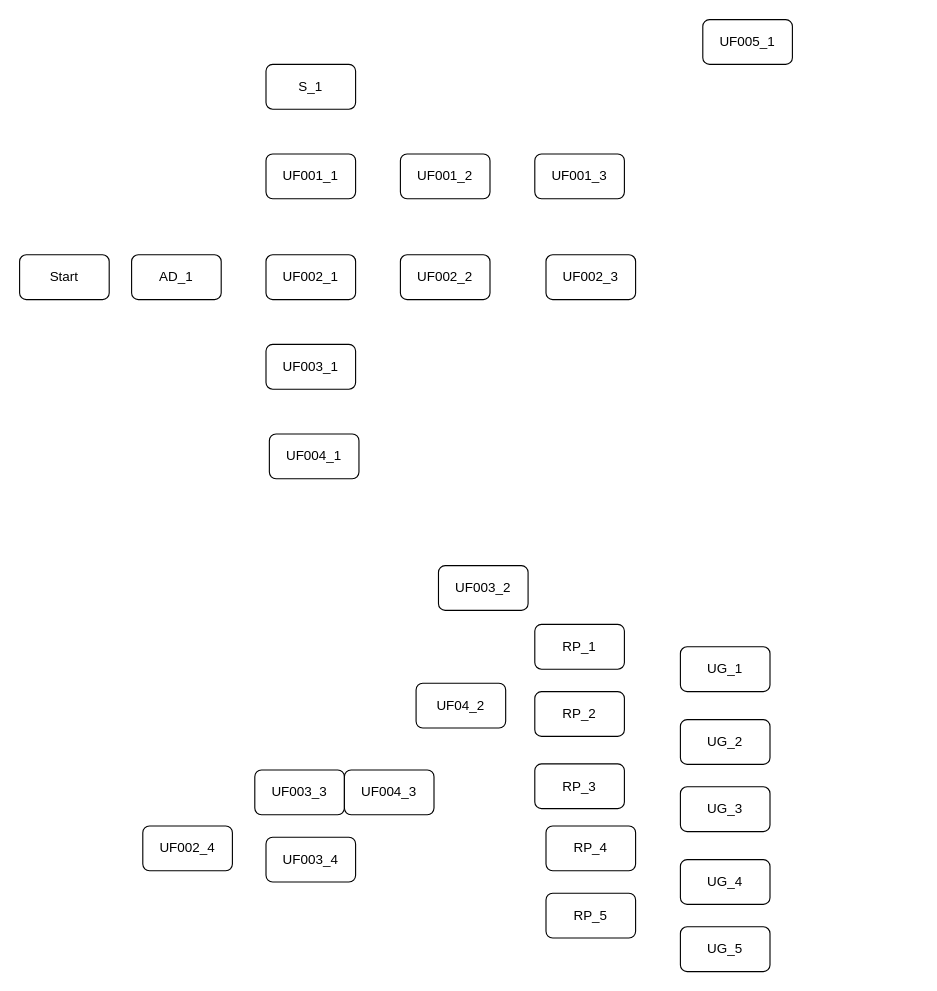
Earlier version of the draw.io diagram task-sequenc.drawio (jonamadk/DrawIO). Source tidied: cells renumbered, new cells numbered last; positions are measured from the earlier drawing's top-left corner, leaving out a move shared by most shapes. Both pictures are drawn from the tidied source at 112%, with x=0, y=0 at pixel (19, 19).
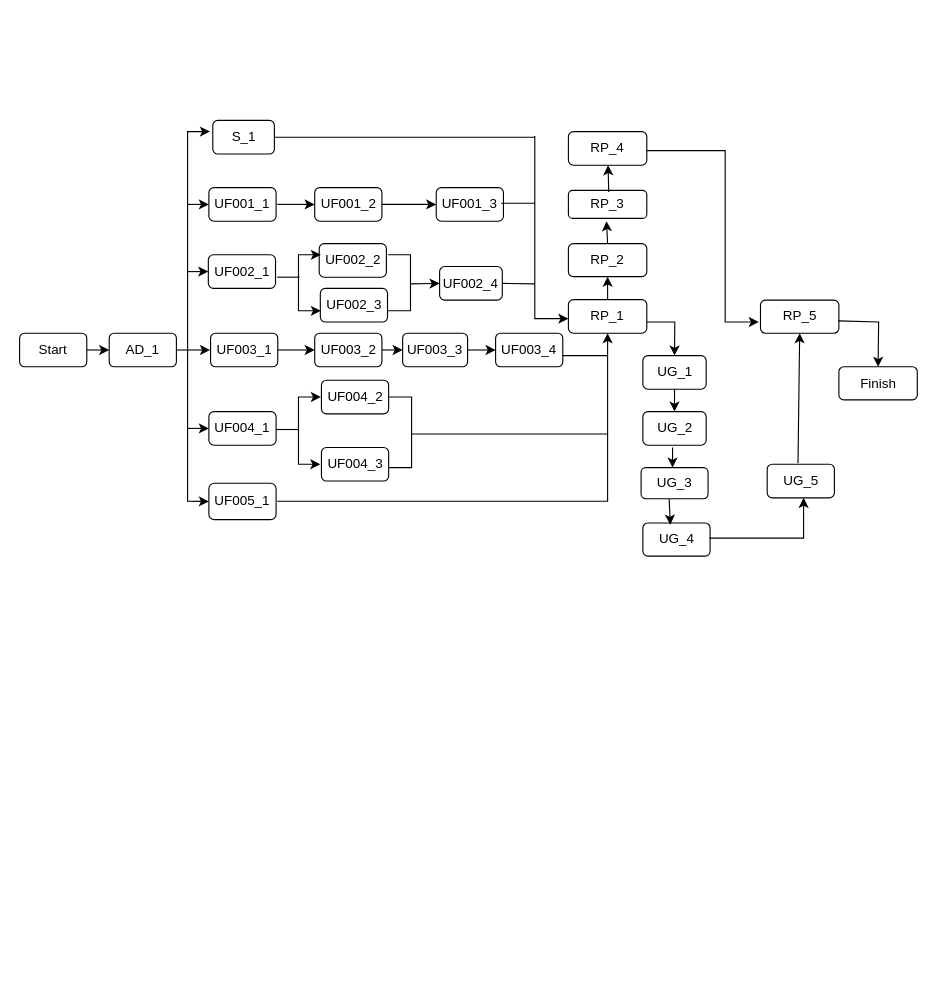
The same page after the edit.

What changed in the source:
```diff
@@
     <mxCell id="2" value="AD_1" style="rounded=1;whiteSpace=wrap;html=1;" parent="1" vertex="1">
-      <mxGeometry x="100" y="210" width="80" height="40" as="geometry" />
+      <mxGeometry x="80" y="280" width="60" height="30" as="geometry" />
     </mxCell>
     <mxCell id="3" value="UF001_1" style="rounded=1;whiteSpace=wrap;html=1;" parent="1" vertex="1">
-      <mxGeometry x="220" y="120" width="80" height="40" as="geometry" />
+      <mxGeometry x="169" y="150" width="60" height="30" as="geometry" />
     </mxCell>
     <mxCell id="4" value="UF002_3" style="rounded=1;whiteSpace=wrap;html=1;" parent="1" vertex="1">
-      <mxGeometry x="470" y="210" width="80" height="40" as="geometry" />
+      <mxGeometry x="268.5" y="240" width="60" height="30" as="geometry" />
     </mxCell>
     <mxCell id="5" value="UF001_3" style="rounded=1;whiteSpace=wrap;html=1;" parent="1" vertex="1">
-      <mxGeometry x="460" y="120" width="80" height="40" as="geometry" />
+      <mxGeometry x="372" y="150" width="60" height="30" as="geometry" />
     </mxCell>
     <mxCell id="6" value="Start" style="rounded=1;whiteSpace=wrap;html=1;" parent="1" vertex="1">
-      <mxGeometry y="210" width="80" height="40" as="geometry" />
+      <mxGeometry y="280" width="60" height="30" as="geometry" />
     </mxCell>
     <mxCell id="7" value="UF001_2" style="rounded=1;whiteSpace=wrap;html=1;" parent="1" vertex="1">
-      <mxGeometry x="340" y="120" width="80" height="40" as="geometry" />
+      <mxGeometry x="263.5" y="150" width="60" height="30" as="geometry" />
     </mxCell>
     <mxCell id="8" value="UF002_1" style="rounded=1;whiteSpace=wrap;html=1;" parent="1" vertex="1">
-      <mxGeometry x="220" y="210" width="80" height="40" as="geometry" />
+      <mxGeometry x="168.5" y="210" width="60" height="30" as="geometry" />
     </mxCell>
     <mxCell id="9" value="UF005_1" style="rounded=1;whiteSpace=wrap;html=1;" parent="1" vertex="1">
-      <mxGeometry x="610" width="80" height="40" as="geometry" />
+      <mxGeometry x="169" y="414" width="60" height="32.5" as="geometry" />
     </mxCell>
     <mxCell id="10" value="RP_1" style="rounded=1;whiteSpace=wrap;html=1;" parent="1" vertex="1">
-      <mxGeometry x="460" y="540" width="80" height="40" as="geometry" />
+      <mxGeometry x="490" y="250" width="70" height="30" as="geometry" />
     </mxCell>
     <mxCell id="11" value="UG_1&lt;br&gt;" style="rounded=1;whiteSpace=wrap;html=1;" parent="1" vertex="1">
-      <mxGeometry x="590" y="560" width="80" height="40" as="geometry" />
+      <mxGeometry x="556.5" y="300" width="56.5" height="30" as="geometry" />
     </mxCell>
     <mxCell id="12" value="S_1" style="rounded=1;whiteSpace=wrap;html=1;" parent="1" vertex="1">
-      <mxGeometry x="220" y="40" width="80" height="40" as="geometry" />
+      <mxGeometry x="172.5" y="90" width="55" height="30" as="geometry" />
     </mxCell>
     <mxCell id="13" value="UF002_2" style="rounded=1;whiteSpace=wrap;html=1;" parent="1" vertex="1">
-      <mxGeometry x="340" y="210" width="80" height="40" as="geometry" />
+      <mxGeometry x="267.5" y="200" width="60" height="30" as="geometry" />
     </mxCell>
-    <mxCell id="14" value="UF002_4" style="rounded=1;whiteSpace=wrap;html=1;" parent="1" vertex="1">
-      <mxGeometry x="110" y="720" width="80" height="40" as="geometry" />
-    </mxCell>
     <mxCell id="15" value="UF003_1" style="rounded=1;whiteSpace=wrap;html=1;" parent="1" vertex="1">
-      <mxGeometry x="220" y="290" width="80" height="40" as="geometry" />
+      <mxGeometry x="170.5" y="280" width="60" height="30" as="geometry" />
     </mxCell>
-    <mxCell id="16" value="UF003_2" style="rounded=1;whiteSpace=wrap;html=1;" parent="1" vertex="1">
-      <mxGeometry x="374" y="487.5" width="80" height="40" as="geometry" />
-    </mxCell>
     <mxCell id="17" value="UF003_3" style="rounded=1;whiteSpace=wrap;html=1;" parent="1" vertex="1">
-      <mxGeometry x="210" y="670" width="80" height="40" as="geometry" />
+      <mxGeometry x="342" y="280" width="58" height="30" as="geometry" />
     </mxCell>
-    <mxCell id="18" value="UF003_4" style="rounded=1;whiteSpace=wrap;html=1;" parent="1" vertex="1">
-      <mxGeometry x="220" y="730" width="80" height="40" as="geometry" />
-    </mxCell>
     <mxCell id="19" value="UF004_1" style="rounded=1;whiteSpace=wrap;html=1;" parent="1" vertex="1">
-      <mxGeometry x="223" y="370" width="80" height="40" as="geometry" />
+      <mxGeometry x="169" y="350" width="60" height="30" as="geometry" />
     </mxCell>
-    <mxCell id="20" value="UF04_2" style="rounded=1;whiteSpace=wrap;html=1;" parent="1" vertex="1">
-      <mxGeometry x="354" y="592.5" width="80" height="40" as="geometry" />
+    <mxCell id="20" value="UF004_2" style="rounded=1;whiteSpace=wrap;html=1;" parent="1" vertex="1">
+      <mxGeometry x="269.5" y="322" width="60" height="30" as="geometry" />
     </mxCell>
     <mxCell id="21" value="UF004_3" style="rounded=1;whiteSpace=wrap;html=1;" parent="1" vertex="1">
-      <mxGeometry x="290" y="670" width="80" height="40" as="geometry" />
+      <mxGeometry x="269.5" y="382" width="60" height="30" as="geometry" />
     </mxCell>
     <mxCell id="22" value="RP_2" style="rounded=1;whiteSpace=wrap;html=1;" parent="1" vertex="1">
-      <mxGeometry x="460" y="600" width="80" height="40" as="geometry" />
+      <mxGeometry x="490" y="200" width="70" height="29.5" as="geometry" />
     </mxCell>
     <mxCell id="23" value="RP_3" style="rounded=1;whiteSpace=wrap;html=1;" parent="1" vertex="1">
-      <mxGeometry x="460" y="664.5" width="80" height="40" as="geometry" />
+      <mxGeometry x="490" y="152.5" width="70" height="25" as="geometry" />
     </mxCell>
     <mxCell id="24" value="RP_4" style="rounded=1;whiteSpace=wrap;html=1;" parent="1" vertex="1">
-      <mxGeometry x="470" y="720" width="80" height="40" as="geometry" />
+      <mxGeometry x="490" y="100" width="70" height="30" as="geometry" />
     </mxCell>
     <mxCell id="25" value="RP_5" style="rounded=1;whiteSpace=wrap;html=1;" parent="1" vertex="1">
-      <mxGeometry x="470" y="780" width="80" height="40" as="geometry" />
+      <mxGeometry x="661.5" y="250.5" width="70" height="29.5" as="geometry" />
     </mxCell>
     <mxCell id="26" value="UG_2" style="rounded=1;whiteSpace=wrap;html=1;" parent="1" vertex="1">
-      <mxGeometry x="590" y="625" width="80" height="40" as="geometry" />
+      <mxGeometry x="556.5" y="350" width="56.5" height="30" as="geometry" />
     </mxCell>
     <mxCell id="27" value="UG_3" style="rounded=1;whiteSpace=wrap;html=1;" parent="1" vertex="1">
-      <mxGeometry x="590" y="685" width="80" height="40" as="geometry" />
+      <mxGeometry x="554.9" y="400" width="59.8" height="27.8" as="geometry" />
     </mxCell>
     <mxCell id="28" value="UG_4" style="rounded=1;whiteSpace=wrap;html=1;" parent="1" vertex="1">
-      <mxGeometry x="590" y="750" width="80" height="40" as="geometry" />
+      <mxGeometry x="556.5" y="449.5" width="60" height="29.5" as="geometry" />
     </mxCell>
     <mxCell id="29" value="UG_5" style="rounded=1;whiteSpace=wrap;html=1;" parent="1" vertex="1">
-      <mxGeometry x="590" y="810" width="80" height="40" as="geometry" />
+      <mxGeometry x="667.5" y="397" width="60" height="30" as="geometry" />
     </mxCell>
+    <mxCell id="16" value="UF003_2" style="rounded=1;whiteSpace=wrap;html=1;" parent="1" vertex="1">
+      <mxGeometry x="263.5" y="280" width="60" height="30" as="geometry" />
+    </mxCell>
+    <mxCell id="14" value="UF002_4" style="rounded=1;whiteSpace=wrap;html=1;" parent="1" vertex="1">
+      <mxGeometry x="375" y="220.5" width="56" height="30" as="geometry" />
+    </mxCell>
+    <mxCell id="18" value="UF003_4" style="rounded=1;whiteSpace=wrap;html=1;" parent="1" vertex="1">
+      <mxGeometry x="425" y="280" width="60" height="30" as="geometry" />
+    </mxCell>
+    <mxCell id="30" style="endArrow=classic;html=1;rounded=0;entryX=0;entryY=0.5;entryDx=0;entryDy=0;" parent="1" edge="1" target="2">
+      <mxGeometry relative="1" as="geometry">
+        <mxPoint x="60" y="295" as="sourcePoint" />
+      </mxGeometry>
+    </mxCell>
+    <mxCell id="31" style="endArrow=classic;startArrow=classic;html=1;rounded=0;exitX=0;exitY=0.5;exitDx=0;exitDy=0;" parent="1" edge="1" source="9">
+      <mxGeometry relative="1" as="geometry">
+        <mxPoint x="170" y="100" as="targetPoint" />
+        <Array as="points">
+          <mxPoint x="150" y="430" />
+          <mxPoint x="150" y="100" />
+        </Array>
+      </mxGeometry>
+    </mxCell>
+    <mxCell id="32" style="endArrow=classic;html=1;rounded=0;entryX=0;entryY=0.5;entryDx=0;entryDy=0;" parent="1" edge="1" target="3">
+      <mxGeometry relative="1" as="geometry">
+        <mxPoint x="150" y="165" as="sourcePoint" />
+      </mxGeometry>
+    </mxCell>
+    <mxCell id="33" style="endArrow=classic;html=1;rounded=0;entryX=0;entryY=0.5;entryDx=0;entryDy=0;" parent="1" edge="1" target="8">
+      <mxGeometry relative="1" as="geometry">
+        <mxPoint x="150" y="225" as="sourcePoint" />
+      </mxGeometry>
+    </mxCell>
+    <mxCell id="34" style="endArrow=classic;html=1;rounded=0;entryX=0;entryY=0.5;entryDx=0;entryDy=0;" parent="1" edge="1" target="19">
+      <mxGeometry relative="1" as="geometry">
+        <mxPoint x="150" y="365" as="sourcePoint" />
+      </mxGeometry>
+    </mxCell>
+    <mxCell id="35" style="endArrow=classic;html=1;rounded=0;" parent="1" edge="1">
+      <mxGeometry relative="1" as="geometry">
+        <mxPoint x="150" y="295" as="sourcePoint" />
+        <mxPoint x="170" y="295" as="targetPoint" />
+      </mxGeometry>
+    </mxCell>
+    <mxCell id="36" style="endArrow=none;html=1;rounded=0;exitX=1;exitY=0.5;exitDx=0;exitDy=0;" parent="1" edge="1" source="2">
+      <mxGeometry relative="1" as="geometry">
+        <mxPoint x="150" y="295" as="targetPoint" />
+      </mxGeometry>
+    </mxCell>
+    <mxCell id="37" style="endArrow=classic;html=1;rounded=0;entryX=0;entryY=0.5;entryDx=0;entryDy=0;" parent="1" edge="1" target="7">
+      <mxGeometry relative="1" as="geometry">
+        <mxPoint x="230" y="165" as="sourcePoint" />
+      </mxGeometry>
+    </mxCell>
+    <mxCell id="38" style="endArrow=classic;startArrow=classic;html=1;rounded=0;" parent="1" edge="1">
+      <mxGeometry relative="1" as="geometry">
+        <mxPoint x="269" y="260" as="sourcePoint" />
+        <mxPoint x="269" y="210" as="targetPoint" />
+        <Array as="points">
+          <mxPoint x="249" y="260" />
+          <mxPoint x="249" y="210" />
+        </Array>
+      </mxGeometry>
+    </mxCell>
+    <mxCell id="39" style="endArrow=none;html=1;rounded=0;" parent="1" edge="1">
+      <mxGeometry relative="1" as="geometry">
+        <mxPoint x="230" y="230" as="sourcePoint" />
+        <mxPoint x="250" y="230" as="targetPoint" />
+      </mxGeometry>
+    </mxCell>
+    <mxCell id="40" style="endArrow=classic;html=1;rounded=0;entryX=0;entryY=0.5;entryDx=0;entryDy=0;exitX=1;exitY=0.5;exitDx=0;exitDy=0;" parent="1" edge="1" source="15" target="16">
+      <mxGeometry relative="1" as="geometry" />
+    </mxCell>
+    <mxCell id="41" style="endArrow=classic;html=1;rounded=0;entryX=0;entryY=0.5;entryDx=0;entryDy=0;exitX=1;exitY=0.5;exitDx=0;exitDy=0;" parent="1" edge="1" source="16" target="17">
+      <mxGeometry relative="1" as="geometry" />
+    </mxCell>
+    <mxCell id="42" style="endArrow=none;html=1;rounded=0;" parent="1" edge="1">
+      <mxGeometry relative="1" as="geometry">
+        <mxPoint x="329" y="260" as="sourcePoint" />
+        <mxPoint x="329" y="210" as="targetPoint" />
+        <Array as="points">
+          <mxPoint x="349" y="260" />
+          <mxPoint x="349" y="210" />
+        </Array>
+      </mxGeometry>
+    </mxCell>
+    <mxCell id="43" style="endArrow=classic;html=1;rounded=0;entryX=0;entryY=0.5;entryDx=0;entryDy=0;" parent="1" edge="1" target="14">
+      <mxGeometry relative="1" as="geometry">
+        <mxPoint x="349" y="236" as="sourcePoint" />
+      </mxGeometry>
+    </mxCell>
+    <mxCell id="44" style="endArrow=classic;html=1;rounded=0;exitX=1;exitY=0.5;exitDx=0;exitDy=0;entryX=0;entryY=0.5;entryDx=0;entryDy=0;" parent="1" edge="1" source="7" target="5">
+      <mxGeometry relative="1" as="geometry" />
+    </mxCell>
+    <mxCell id="45" style="endArrow=classic;startArrow=classic;html=1;rounded=0;exitX=0;exitY=0.5;exitDx=0;exitDy=0;" parent="1" edge="1">
+      <mxGeometry relative="1" as="geometry">
+        <mxPoint x="268.5" y="397" as="sourcePoint" />
+        <mxPoint x="269" y="337" as="targetPoint" />
+        <Array as="points">
+          <mxPoint x="249" y="397" />
+          <mxPoint x="249" y="337" />
+        </Array>
+      </mxGeometry>
+    </mxCell>
+    <mxCell id="46" style="endArrow=none;html=1;rounded=0;" parent="1" edge="1">
+      <mxGeometry relative="1" as="geometry">
+        <mxPoint x="229" y="366" as="sourcePoint" />
+        <mxPoint x="249" y="366" as="targetPoint" />
+      </mxGeometry>
+    </mxCell>
+    <mxCell id="47" style="endArrow=none;html=1;rounded=0;exitX=1;exitY=0.5;exitDx=0;exitDy=0;" parent="1" edge="1" source="20">
+      <mxGeometry relative="1" as="geometry">
+        <mxPoint x="330" y="400" as="targetPoint" />
+        <Array as="points">
+          <mxPoint x="350" y="337" />
+          <mxPoint x="350" y="400" />
+        </Array>
+      </mxGeometry>
+    </mxCell>
+    <mxCell id="48" style="endArrow=classic;html=1;rounded=0;entryX=0.5;entryY=1;entryDx=0;entryDy=0;" parent="1" edge="1" target="10">
+      <mxGeometry relative="1" as="geometry">
+        <mxPoint x="350" y="370" as="sourcePoint" />
+        <Array as="points">
+          <mxPoint x="525" y="370" />
+        </Array>
+      </mxGeometry>
+    </mxCell>
+    <mxCell id="49" style="endArrow=classic;html=1;rounded=0;entryX=0;entryY=0.5;entryDx=0;entryDy=0;exitX=1;exitY=0.5;exitDx=0;exitDy=0;" parent="1" edge="1" source="17" target="18">
+      <mxGeometry relative="1" as="geometry" />
+    </mxCell>
+    <mxCell id="50" style="endArrow=none;html=1;rounded=0;" parent="1" edge="1">
+      <mxGeometry relative="1" as="geometry">
+        <mxPoint x="485" y="300" as="sourcePoint" />
+        <mxPoint x="525" y="300" as="targetPoint" />
+      </mxGeometry>
+    </mxCell>
+    <mxCell id="51" style="endArrow=classic;html=1;rounded=0;" parent="1" edge="1">
+      <mxGeometry relative="1" as="geometry">
+        <mxPoint x="460" y="104" as="sourcePoint" />
+        <mxPoint x="490" y="267" as="targetPoint" />
+        <Array as="points">
+          <mxPoint x="460" y="267" />
+        </Array>
+      </mxGeometry>
+    </mxCell>
+    <mxCell id="52" style="endArrow=none;html=1;rounded=0;exitX=1;exitY=0.5;exitDx=0;exitDy=0;" parent="1" edge="1" source="12">
+      <mxGeometry relative="1" as="geometry">
+        <mxPoint x="460" y="105" as="targetPoint" />
+      </mxGeometry>
+    </mxCell>
+    <mxCell id="53" style="endArrow=none;html=1;rounded=0;" parent="1" edge="1">
+      <mxGeometry relative="1" as="geometry">
+        <mxPoint x="430" y="164" as="sourcePoint" />
+        <mxPoint x="460" y="164" as="targetPoint" />
+      </mxGeometry>
+    </mxCell>
+    <mxCell id="54" style="endArrow=none;html=1;rounded=0;exitX=1;exitY=0.5;exitDx=0;exitDy=0;" parent="1" edge="1" source="14">
+      <mxGeometry relative="1" as="geometry">
+        <mxPoint x="460" y="236" as="targetPoint" />
+      </mxGeometry>
+    </mxCell>
+    <mxCell id="55" style="endArrow=none;html=1;rounded=0;" parent="1" edge="1">
+      <mxGeometry relative="1" as="geometry">
+        <mxPoint x="230" y="430" as="sourcePoint" />
+        <mxPoint x="525" y="370" as="targetPoint" />
+        <Array as="points">
+          <mxPoint x="490" y="430" />
+          <mxPoint x="525" y="430" />
+        </Array>
+      </mxGeometry>
+    </mxCell>
+    <mxCell id="56" style="endArrow=classic;html=1;rounded=0;entryX=0.5;entryY=0;entryDx=0;entryDy=0;" parent="1" edge="1" target="11">
+      <mxGeometry relative="1" as="geometry">
+        <mxPoint x="560" y="270" as="sourcePoint" />
+        <Array as="points">
+          <mxPoint x="585" y="270" />
+        </Array>
+      </mxGeometry>
+    </mxCell>
+    <mxCell id="57" style="endArrow=classic;html=1;rounded=0;exitX=0.5;exitY=1;exitDx=0;exitDy=0;entryX=0.5;entryY=0;entryDx=0;entryDy=0;" parent="1" edge="1" source="11" target="26">
+      <mxGeometry relative="1" as="geometry" />
+    </mxCell>
+    <mxCell id="58" style="endArrow=classic;html=1;rounded=0;" parent="1" edge="1">
+      <mxGeometry relative="1" as="geometry">
+        <mxPoint x="583" y="382" as="sourcePoint" />
+        <mxPoint x="583" y="400" as="targetPoint" />
+      </mxGeometry>
+    </mxCell>
+    <mxCell id="59" style="endArrow=classic;html=1;rounded=0;entryX=0.408;entryY=0.051;entryDx=0;entryDy=0;entryPerimeter=0;" parent="1" edge="1" target="28">
+      <mxGeometry relative="1" as="geometry">
+        <mxPoint x="580" y="428" as="sourcePoint" />
+      </mxGeometry>
+    </mxCell>
+    <mxCell id="60" style="endArrow=classic;html=1;rounded=0;" parent="1" edge="1" target="22">
+      <mxGeometry relative="1" as="geometry">
+        <mxPoint x="525" y="250" as="sourcePoint" />
+      </mxGeometry>
+    </mxCell>
+    <mxCell id="61" style="endArrow=classic;html=1;rounded=0;entryX=0.414;entryY=1.1;entryDx=0;entryDy=0;entryPerimeter=0;" parent="1" edge="1">
+      <mxGeometry relative="1" as="geometry">
+        <mxPoint x="525" y="200" as="sourcePoint" />
+        <mxPoint x="524" y="180" as="targetPoint" />
+      </mxGeometry>
+    </mxCell>
+    <mxCell id="62" style="endArrow=classic;html=1;rounded=0;" parent="1" edge="1" target="24">
+      <mxGeometry relative="1" as="geometry">
+        <mxPoint x="526" y="154" as="sourcePoint" />
+      </mxGeometry>
+    </mxCell>
+    <mxCell id="63" style="endArrow=classic;html=1;rounded=0;" parent="1" edge="1">
+      <mxGeometry relative="1" as="geometry">
+        <mxPoint x="560" y="117" as="sourcePoint" />
+        <mxPoint x="660" y="270" as="targetPoint" />
+        <Array as="points">
+          <mxPoint x="630" y="117" />
+          <mxPoint x="630" y="270" />
+        </Array>
+      </mxGeometry>
+    </mxCell>
+    <mxCell id="64" style="endArrow=classic;html=1;rounded=0;" parent="1" edge="1">
+      <mxGeometry relative="1" as="geometry">
+        <mxPoint x="616" y="463" as="sourcePoint" />
+        <mxPoint x="700" y="427" as="targetPoint" />
+        <Array as="points">
+          <mxPoint x="700" y="463" />
+        </Array>
+      </mxGeometry>
+    </mxCell>
+    <mxCell id="65" style="endArrow=classic;html=1;rounded=0;exitX=0.625;exitY=-0.133;exitDx=0;exitDy=0;exitPerimeter=0;entryX=0.5;entryY=1;entryDx=0;entryDy=0;" parent="1" edge="1" target="25">
+      <mxGeometry relative="1" as="geometry">
+        <mxPoint x="695" y="396" as="sourcePoint" />
+      </mxGeometry>
+    </mxCell>
+    <mxCell id="66" value="Finish" style="rounded=1;whiteSpace=wrap;html=1;" parent="1" vertex="1">
+      <mxGeometry x="731.5" y="310" width="70" height="29.5" as="geometry" />
+    </mxCell>
+    <mxCell id="67" style="endArrow=classic;html=1;rounded=0;entryX=0.5;entryY=0;entryDx=0;entryDy=0;" parent="1" edge="1" target="66">
+      <mxGeometry relative="1" as="geometry">
+        <mxPoint x="731" y="269" as="sourcePoint" />
+        <Array as="points">
+          <mxPoint x="767" y="270" />
+        </Array>
+      </mxGeometry>
+    </mxCell>
```
